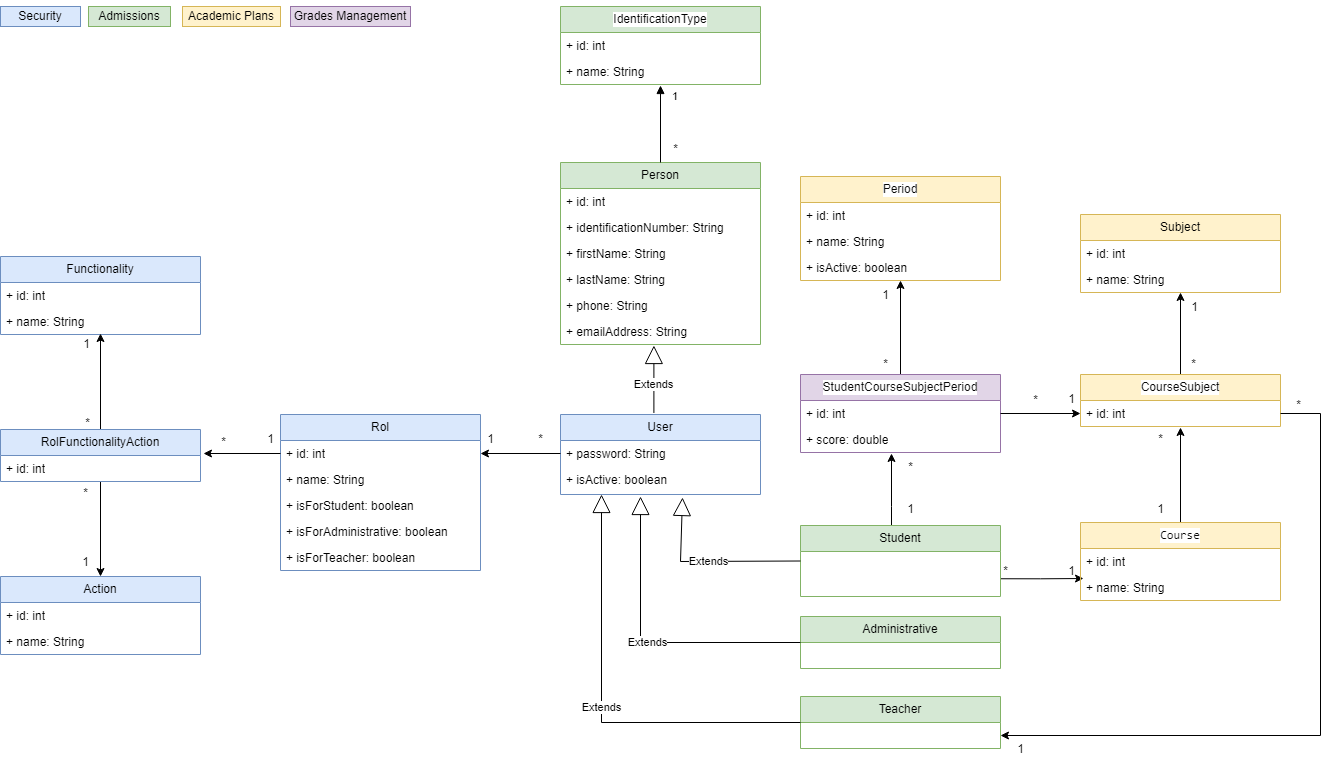
Earlier version of the draw.io export src/main/resources/Class Diagram.png (jchuquen/academic-register-services). Source tidied: cells renumbered, new cells last; positions are measured from the earlier drawing's top-left corner, leaving out a move shared by most shapes.
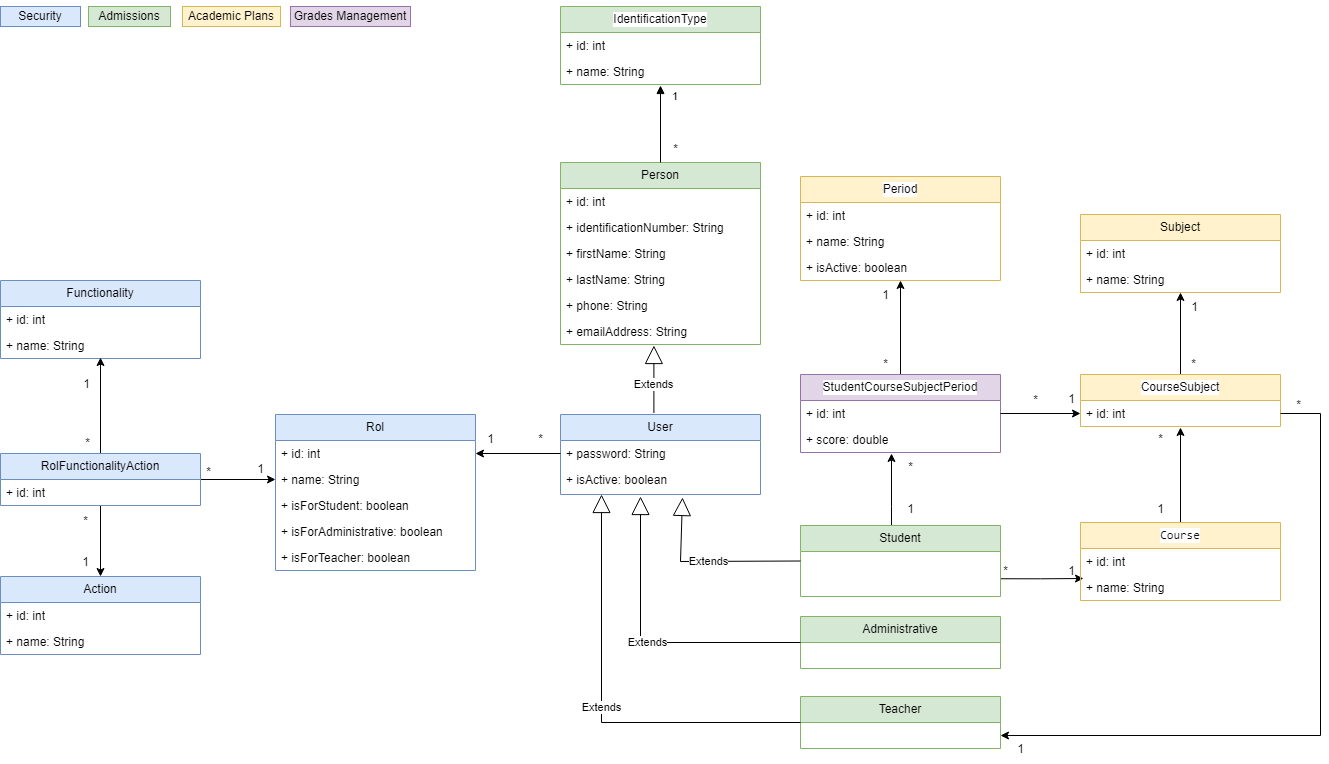
The same diagram one commit later.

The edit, as a diff of the source:
```diff
@@ -204,7 +204,7 @@
       <mxGeometry x="1283" y="384" width="30" height="30" as="geometry" />
     </mxCell>
     <mxCell id="61" value="Rol" style="swimlane;fontStyle=0;horizontal=1;startSize=26;fillColor=#dae8fc;whiteSpace=wrap;html=1;strokeColor=#6c8ebf;" parent="1" vertex="1">
-      <mxGeometry x="280" y="408" width="200" height="156" as="geometry" />
+      <mxGeometry x="275" y="408" width="200" height="156" as="geometry" />
     </mxCell>
     <mxCell id="62" value="+ id: int" style="text;strokeColor=none;fillColor=none;align=left;verticalAlign=top;spacingLeft=4;spacingRight=4;overflow=hidden;points=[[0,0.5],[1,0.5]];portConstraint=eastwest;whiteSpace=wrap;html=1;" parent="61" vertex="1">
       <mxGeometry y="26" width="200" height="26" as="geometry" />
@@ -222,7 +222,7 @@
       <mxGeometry y="130" width="200" height="26" as="geometry" />
     </mxCell>
     <mxCell id="67" value="Functionality" style="swimlane;fontStyle=0;horizontal=1;startSize=26;fillColor=#dae8fc;whiteSpace=wrap;html=1;strokeColor=#6c8ebf;" parent="1" vertex="1">
-      <mxGeometry y="250" width="200" height="78" as="geometry" />
+      <mxGeometry y="274" width="200" height="78" as="geometry" />
     </mxCell>
     <mxCell id="68" value="+ id: int" style="text;strokeColor=none;fillColor=none;align=left;verticalAlign=top;spacingLeft=4;spacingRight=4;overflow=hidden;whiteSpace=wrap;html=1;" parent="67" vertex="1">
       <mxGeometry y="26" width="200" height="26" as="geometry" />
@@ -245,8 +245,11 @@
     <mxCell id="74" style="edgeStyle=orthogonalEdgeStyle;rounded=0;jettySize=auto;html=1;entryX=0.5;entryY=0;entryDx=0;entryDy=0;" parent="1" edge="1" source="75" target="70">
       <mxGeometry relative="1" as="geometry" />
     </mxCell>
+    <mxCell id="91" style="edgeStyle=orthogonalEdgeStyle;rounded=0;jettySize=auto;html=1;entryX=0;entryY=0.5;entryDx=0;entryDy=0;" parent="1" edge="1" source="75" target="63">
+      <mxGeometry relative="1" as="geometry" />
+    </mxCell>
     <mxCell id="75" value="RolFunctionalityAction" style="swimlane;fontStyle=0;horizontal=1;startSize=26;fillColor=#dae8fc;whiteSpace=wrap;html=1;strokeColor=#6c8ebf;" parent="1" vertex="1">
-      <mxGeometry y="423" width="200" height="52" as="geometry" />
+      <mxGeometry y="447" width="200" height="52" as="geometry" />
     </mxCell>
     <mxCell id="76" value="+ id: int" style="text;strokeColor=none;fillColor=none;align=left;verticalAlign=top;spacingLeft=4;spacingRight=4;overflow=hidden;points=[[0,0.5],[1,0.5]];portConstraint=eastwest;whiteSpace=wrap;html=1;" parent="75" vertex="1">
       <mxGeometry y="26" width="200" height="26" as="geometry" />
@@ -260,26 +263,23 @@
     <mxCell id="79" value="*" style="text;html=1;align=center;verticalAlign=middle;strokeColor=none;fillColor=none;" parent="1" vertex="1">
       <mxGeometry x="525" y="418" width="30" height="30" as="geometry" />
     </mxCell>
-    <mxCell id="80" style="edgeStyle=orthogonalEdgeStyle;rounded=0;jettySize=auto;html=1;entryX=1.015;entryY=-0.077;entryDx=0;entryDy=0;entryPerimeter=0;" parent="1" edge="1" source="62" target="76">
-      <mxGeometry relative="1" as="geometry" />
-    </mxCell>
     <mxCell id="81" value="1" style="text;html=1;align=center;verticalAlign=middle;strokeColor=none;fillColor=none;" parent="1" vertex="1">
-      <mxGeometry x="255" y="418" width="30" height="30" as="geometry" />
+      <mxGeometry x="245" y="448" width="30" height="30" as="geometry" />
     </mxCell>
     <mxCell id="82" value="*" style="text;html=1;align=center;verticalAlign=middle;strokeColor=none;fillColor=none;" parent="1" vertex="1">
-      <mxGeometry x="208" y="421" width="30" height="30" as="geometry" />
+      <mxGeometry x="193" y="451" width="30" height="30" as="geometry" />
     </mxCell>
     <mxCell id="83" value="1" style="text;html=1;align=center;verticalAlign=middle;strokeColor=none;fillColor=none;" parent="1" vertex="1">
-      <mxGeometry x="71" y="323" width="30" height="30" as="geometry" />
+      <mxGeometry x="71" y="363" width="30" height="30" as="geometry" />
     </mxCell>
     <mxCell id="84" value="*" style="text;html=1;align=center;verticalAlign=middle;strokeColor=none;fillColor=none;" parent="1" vertex="1">
-      <mxGeometry x="72" y="402" width="30" height="30" as="geometry" />
+      <mxGeometry x="72" y="422" width="30" height="30" as="geometry" />
     </mxCell>
     <mxCell id="85" value="1" style="text;html=1;align=center;verticalAlign=middle;strokeColor=none;fillColor=none;" parent="1" vertex="1">
       <mxGeometry x="70" y="541" width="30" height="30" as="geometry" />
     </mxCell>
     <mxCell id="86" value="*" style="text;html=1;align=center;verticalAlign=middle;strokeColor=none;fillColor=none;" parent="1" vertex="1">
-      <mxGeometry x="70" y="472" width="30" height="30" as="geometry" />
+      <mxGeometry x="70" y="500" width="30" height="30" as="geometry" />
     </mxCell>
     <mxCell id="87" value="Security" style="rounded=0;whiteSpace=wrap;html=1;fillColor=#dae8fc;strokeColor=#6c8ebf;" parent="1" vertex="1">
       <mxGeometry width="80" height="20" as="geometry" />
```
